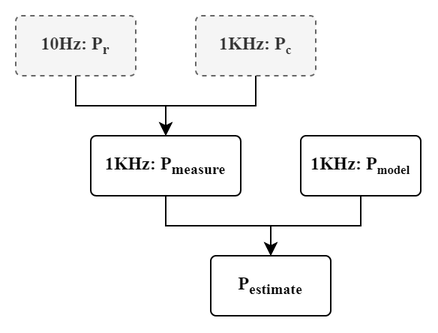
Above: docs/组件说明/机器人通用组件/算法/底盘功率限制.assets/fusion.drawio.png in ZJU-HelloWorld/Wiki (draw.io), before the change. Source tidied: cells renumbered, new cells last; positions are measured from the earlier drawing's top-left corner, leaving out a move shared by most shapes. Source of this version:
```xml
<mxGraphModel>
  <root>
    <mxCell id="0" />
    <mxCell id="1" parent="0" />
    <mxCell id="2" style="edgeStyle=orthogonalEdgeStyle;rounded=0;jettySize=auto;html=1;exitX=0.5;exitY=1;exitDx=0;exitDy=0;entryX=0.5;entryY=0;entryDx=0;entryDy=0;" parent="1" edge="1" source="3" target="9">
      <mxGeometry relative="1" as="geometry" />
    </mxCell>
    <mxCell id="3" value="&lt;font face=&quot;Times New Roman&quot;&gt;&lt;b&gt;10Hz: P&lt;sub&gt;r&lt;/sub&gt;&lt;/b&gt;&lt;/font&gt;" style="rounded=1;whiteSpace=wrap;html=1;arcSize=9;fillColor=#f5f5f5;fontColor=#333333;strokeColor=#666666;dashed=1;" parent="1" vertex="1">
      <mxGeometry width="80" height="40" as="geometry" />
    </mxCell>
    <mxCell id="4" style="edgeStyle=orthogonalEdgeStyle;rounded=0;jettySize=auto;html=1;exitX=0.5;exitY=1;exitDx=0;exitDy=0;entryX=0.5;entryY=0;entryDx=0;entryDy=0;" parent="1" edge="1" source="5" target="9">
      <mxGeometry relative="1" as="geometry" />
    </mxCell>
    <mxCell id="5" value="&lt;font face=&quot;Times New Roman&quot;&gt;&lt;b&gt;1KHz: P&lt;span style=&quot;font-size: 10px&quot;&gt;&lt;sub&gt;c&lt;/sub&gt;&lt;/span&gt;&lt;/b&gt;&lt;/font&gt;" style="rounded=1;whiteSpace=wrap;html=1;arcSize=9;fillColor=#f5f5f5;fontColor=#333333;strokeColor=#666666;dashed=1;" parent="1" vertex="1">
      <mxGeometry x="120" width="80" height="40" as="geometry" />
    </mxCell>
    <mxCell id="6" style="edgeStyle=orthogonalEdgeStyle;rounded=0;jettySize=auto;html=1;" parent="1" edge="1" source="7" target="10">
      <mxGeometry relative="1" as="geometry" />
    </mxCell>
    <mxCell id="7" value="&lt;font face=&quot;Times New Roman&quot;&gt;&lt;b&gt;1KHz: P&lt;span style=&quot;font-size: 10px&quot;&gt;&lt;sub&gt;model&lt;/sub&gt;&lt;/span&gt;&lt;/b&gt;&lt;/font&gt;" style="rounded=1;whiteSpace=wrap;html=1;arcSize=9;" parent="1" vertex="1">
      <mxGeometry x="190" y="80" width="80" height="40" as="geometry" />
    </mxCell>
    <mxCell id="8" style="edgeStyle=orthogonalEdgeStyle;rounded=0;jettySize=auto;html=1;entryX=0.5;entryY=0;entryDx=0;entryDy=0;" parent="1" edge="1" source="9" target="10">
      <mxGeometry relative="1" as="geometry" />
    </mxCell>
    <mxCell id="9" value="&lt;font face=&quot;Times New Roman&quot;&gt;&lt;b&gt;1KHz: P&lt;sub&gt;measure&lt;/sub&gt;&lt;/b&gt;&lt;/font&gt;" style="rounded=1;whiteSpace=wrap;html=1;arcSize=9;" parent="1" vertex="1">
      <mxGeometry x="50" y="80" width="100" height="40" as="geometry" />
    </mxCell>
    <mxCell id="10" value="&lt;font face=&quot;Times New Roman&quot;&gt;&lt;b&gt;P&lt;sub&gt;estimate&lt;/sub&gt;&lt;/b&gt;&lt;/font&gt;" style="rounded=1;whiteSpace=wrap;html=1;arcSize=9;" parent="1" vertex="1">
      <mxGeometry x="130" y="160" width="80" height="40" as="geometry" />
    </mxCell>
  </root>
</mxGraphModel>
```
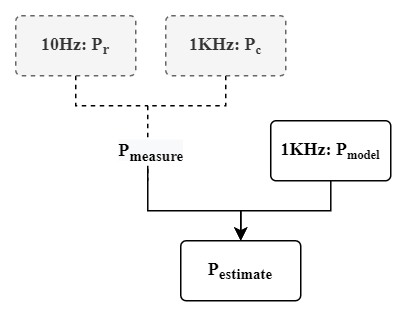
After the commit.

What changed in the source:
```diff
@@ -2,29 +2,49 @@
   <root>
     <mxCell id="0" />
     <mxCell id="1" parent="0" />
-    <mxCell id="2" style="edgeStyle=orthogonalEdgeStyle;rounded=0;jettySize=auto;html=1;exitX=0.5;exitY=1;exitDx=0;exitDy=0;entryX=0.5;entryY=0;entryDx=0;entryDy=0;" parent="1" edge="1" source="3" target="9">
-      <mxGeometry relative="1" as="geometry" />
+    <mxCell id="2" style="edgeStyle=orthogonalEdgeStyle;rounded=0;jettySize=auto;html=1;exitX=0.5;exitY=1;exitDx=0;exitDy=0;endArrow=none;endFill=0;dashed=1;" parent="1" edge="1" source="3">
+      <mxGeometry relative="1" as="geometry">
+        <mxPoint x="108" y="70" as="targetPoint" />
+        <Array as="points">
+          <mxPoint x="60" y="70" />
+          <mxPoint x="108" y="70" />
+        </Array>
+      </mxGeometry>
     </mxCell>
     <mxCell id="3" value="&lt;font face=&quot;Times New Roman&quot;&gt;&lt;b&gt;10Hz: P&lt;sub&gt;r&lt;/sub&gt;&lt;/b&gt;&lt;/font&gt;" style="rounded=1;whiteSpace=wrap;html=1;arcSize=9;fillColor=#f5f5f5;fontColor=#333333;strokeColor=#666666;dashed=1;" parent="1" vertex="1">
-      <mxGeometry width="80" height="40" as="geometry" />
+      <mxGeometry x="20" y="10" width="80" height="40" as="geometry" />
     </mxCell>
-    <mxCell id="4" style="edgeStyle=orthogonalEdgeStyle;rounded=0;jettySize=auto;html=1;exitX=0.5;exitY=1;exitDx=0;exitDy=0;entryX=0.5;entryY=0;entryDx=0;entryDy=0;" parent="1" edge="1" source="5" target="9">
-      <mxGeometry relative="1" as="geometry" />
+    <mxCell id="4" style="edgeStyle=orthogonalEdgeStyle;rounded=0;jettySize=auto;html=1;exitX=0.5;exitY=1;exitDx=0;exitDy=0;endArrow=none;endFill=0;dashed=1;" parent="1" edge="1" source="6">
+      <mxGeometry relative="1" as="geometry">
+        <mxPoint x="108" y="120" as="targetPoint" />
+        <Array as="points">
+          <mxPoint x="160" y="70" />
+          <mxPoint x="108" y="70" />
+        </Array>
+      </mxGeometry>
     </mxCell>
-    <mxCell id="5" value="&lt;font face=&quot;Times New Roman&quot;&gt;&lt;b&gt;1KHz: P&lt;span style=&quot;font-size: 10px&quot;&gt;&lt;sub&gt;c&lt;/sub&gt;&lt;/span&gt;&lt;/b&gt;&lt;/font&gt;" style="rounded=1;whiteSpace=wrap;html=1;arcSize=9;fillColor=#f5f5f5;fontColor=#333333;strokeColor=#666666;dashed=1;" parent="1" vertex="1">
-      <mxGeometry x="120" width="80" height="40" as="geometry" />
+    <mxCell id="5" value="&lt;b style=&quot;font-size: 12px ; font-family: &amp;#34;times new roman&amp;#34; ; background-color: rgb(248 , 249 , 250)&quot;&gt;P&lt;sub&gt;measure&lt;/sub&gt;&lt;/b&gt;" style="edgeLabel;html=1;align=center;verticalAlign=middle;points=[];" parent="4" vertex="1">
+      <mxGeometry x="0.83" y="-1" relative="1" as="geometry">
+        <mxPoint x="3" y="-9" as="offset" />
+      </mxGeometry>
     </mxCell>
-    <mxCell id="6" style="edgeStyle=orthogonalEdgeStyle;rounded=0;jettySize=auto;html=1;" parent="1" edge="1" source="7" target="10">
-      <mxGeometry relative="1" as="geometry" />
+    <mxCell id="6" value="&lt;font face=&quot;Times New Roman&quot;&gt;&lt;b&gt;1KHz: P&lt;span style=&quot;font-size: 10px&quot;&gt;&lt;sub&gt;c&lt;/sub&gt;&lt;/span&gt;&lt;/b&gt;&lt;/font&gt;" style="rounded=1;whiteSpace=wrap;html=1;arcSize=9;fillColor=#f5f5f5;fontColor=#333333;strokeColor=#666666;dashed=1;" parent="1" vertex="1">
+      <mxGeometry x="120" y="10" width="80" height="40" as="geometry" />
     </mxCell>
-    <mxCell id="7" value="&lt;font face=&quot;Times New Roman&quot;&gt;&lt;b&gt;1KHz: P&lt;span style=&quot;font-size: 10px&quot;&gt;&lt;sub&gt;model&lt;/sub&gt;&lt;/span&gt;&lt;/b&gt;&lt;/font&gt;" style="rounded=1;whiteSpace=wrap;html=1;arcSize=9;" parent="1" vertex="1">
-      <mxGeometry x="190" y="80" width="80" height="40" as="geometry" />
+    <mxCell id="7" style="edgeStyle=orthogonalEdgeStyle;rounded=0;jettySize=auto;html=1;" parent="1" edge="1" source="8" target="10">
+      <mxGeometry relative="1" as="geometry" />
     </mxCell>
-    <mxCell id="8" style="edgeStyle=orthogonalEdgeStyle;rounded=0;jettySize=auto;html=1;entryX=0.5;entryY=0;entryDx=0;entryDy=0;" parent="1" edge="1" source="9" target="10">
-      <mxGeometry relative="1" as="geometry" />
+    <mxCell id="8" value="&lt;font face=&quot;Times New Roman&quot;&gt;&lt;b&gt;1KHz: P&lt;span style=&quot;font-size: 10px&quot;&gt;&lt;sub&gt;model&lt;/sub&gt;&lt;/span&gt;&lt;/b&gt;&lt;/font&gt;" style="rounded=1;whiteSpace=wrap;html=1;arcSize=9;" parent="1" vertex="1">
+      <mxGeometry x="190" y="80" width="80" height="40" as="geometry" />
     </mxCell>
-    <mxCell id="9" value="&lt;font face=&quot;Times New Roman&quot;&gt;&lt;b&gt;1KHz: P&lt;sub&gt;measure&lt;/sub&gt;&lt;/b&gt;&lt;/font&gt;" style="rounded=1;whiteSpace=wrap;html=1;arcSize=9;" parent="1" vertex="1">
-      <mxGeometry x="50" y="80" width="100" height="40" as="geometry" />
+    <mxCell id="9" style="edgeStyle=orthogonalEdgeStyle;rounded=0;jettySize=auto;html=1;entryX=0.5;entryY=0;entryDx=0;entryDy=0;startArrow=none;" parent="1" edge="1" target="10">
+      <mxGeometry relative="1" as="geometry">
+        <mxPoint x="108" y="110" as="sourcePoint" />
+        <Array as="points">
+          <mxPoint x="108" y="140" />
+          <mxPoint x="170" y="140" />
+        </Array>
+      </mxGeometry>
     </mxCell>
     <mxCell id="10" value="&lt;font face=&quot;Times New Roman&quot;&gt;&lt;b&gt;P&lt;sub&gt;estimate&lt;/sub&gt;&lt;/b&gt;&lt;/font&gt;" style="rounded=1;whiteSpace=wrap;html=1;arcSize=9;" parent="1" vertex="1">
       <mxGeometry x="130" y="160" width="80" height="40" as="geometry" />
```
